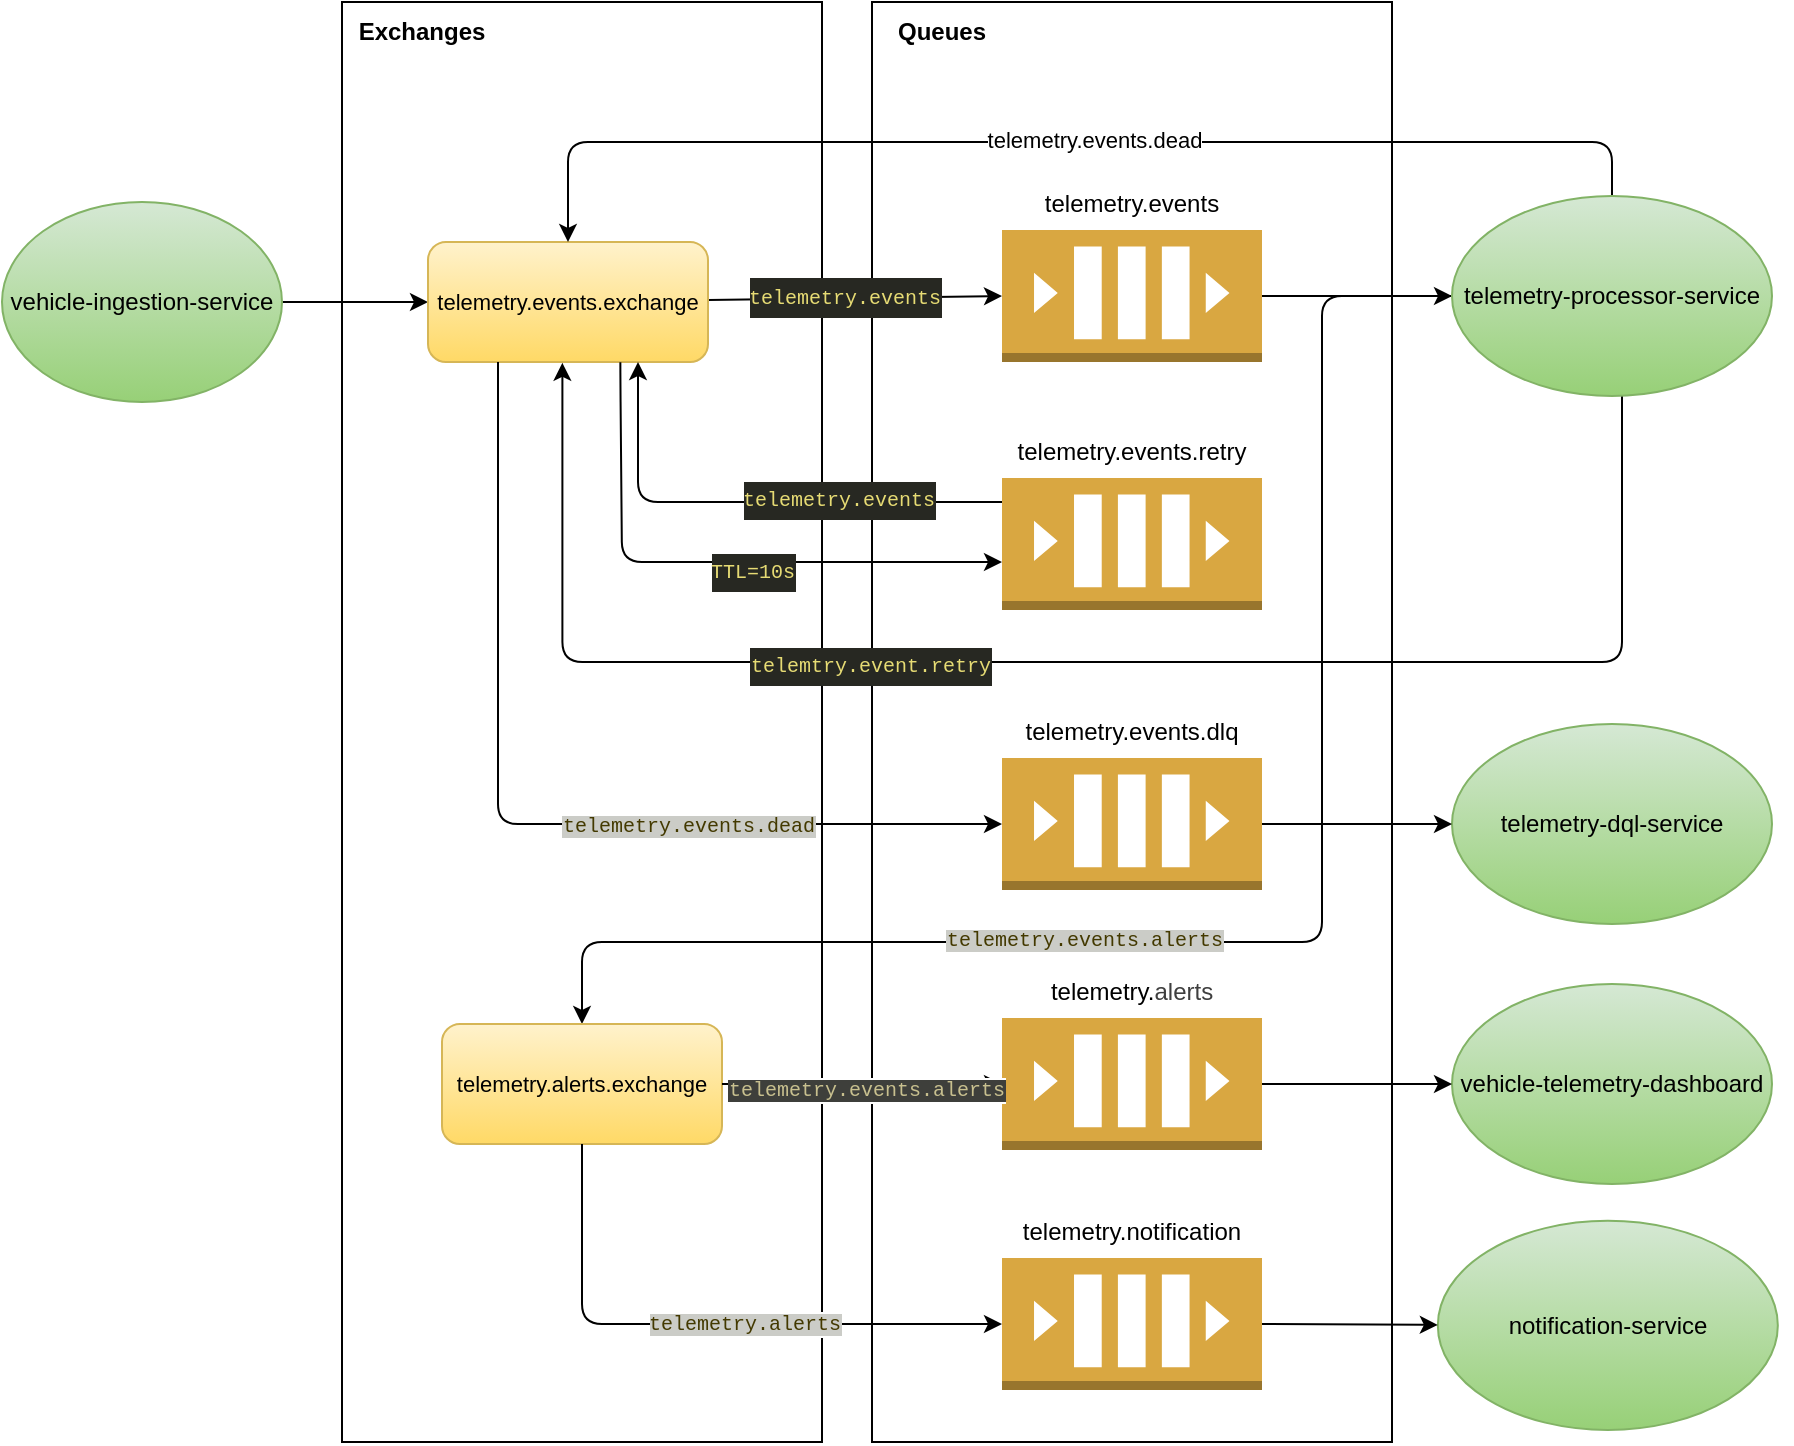
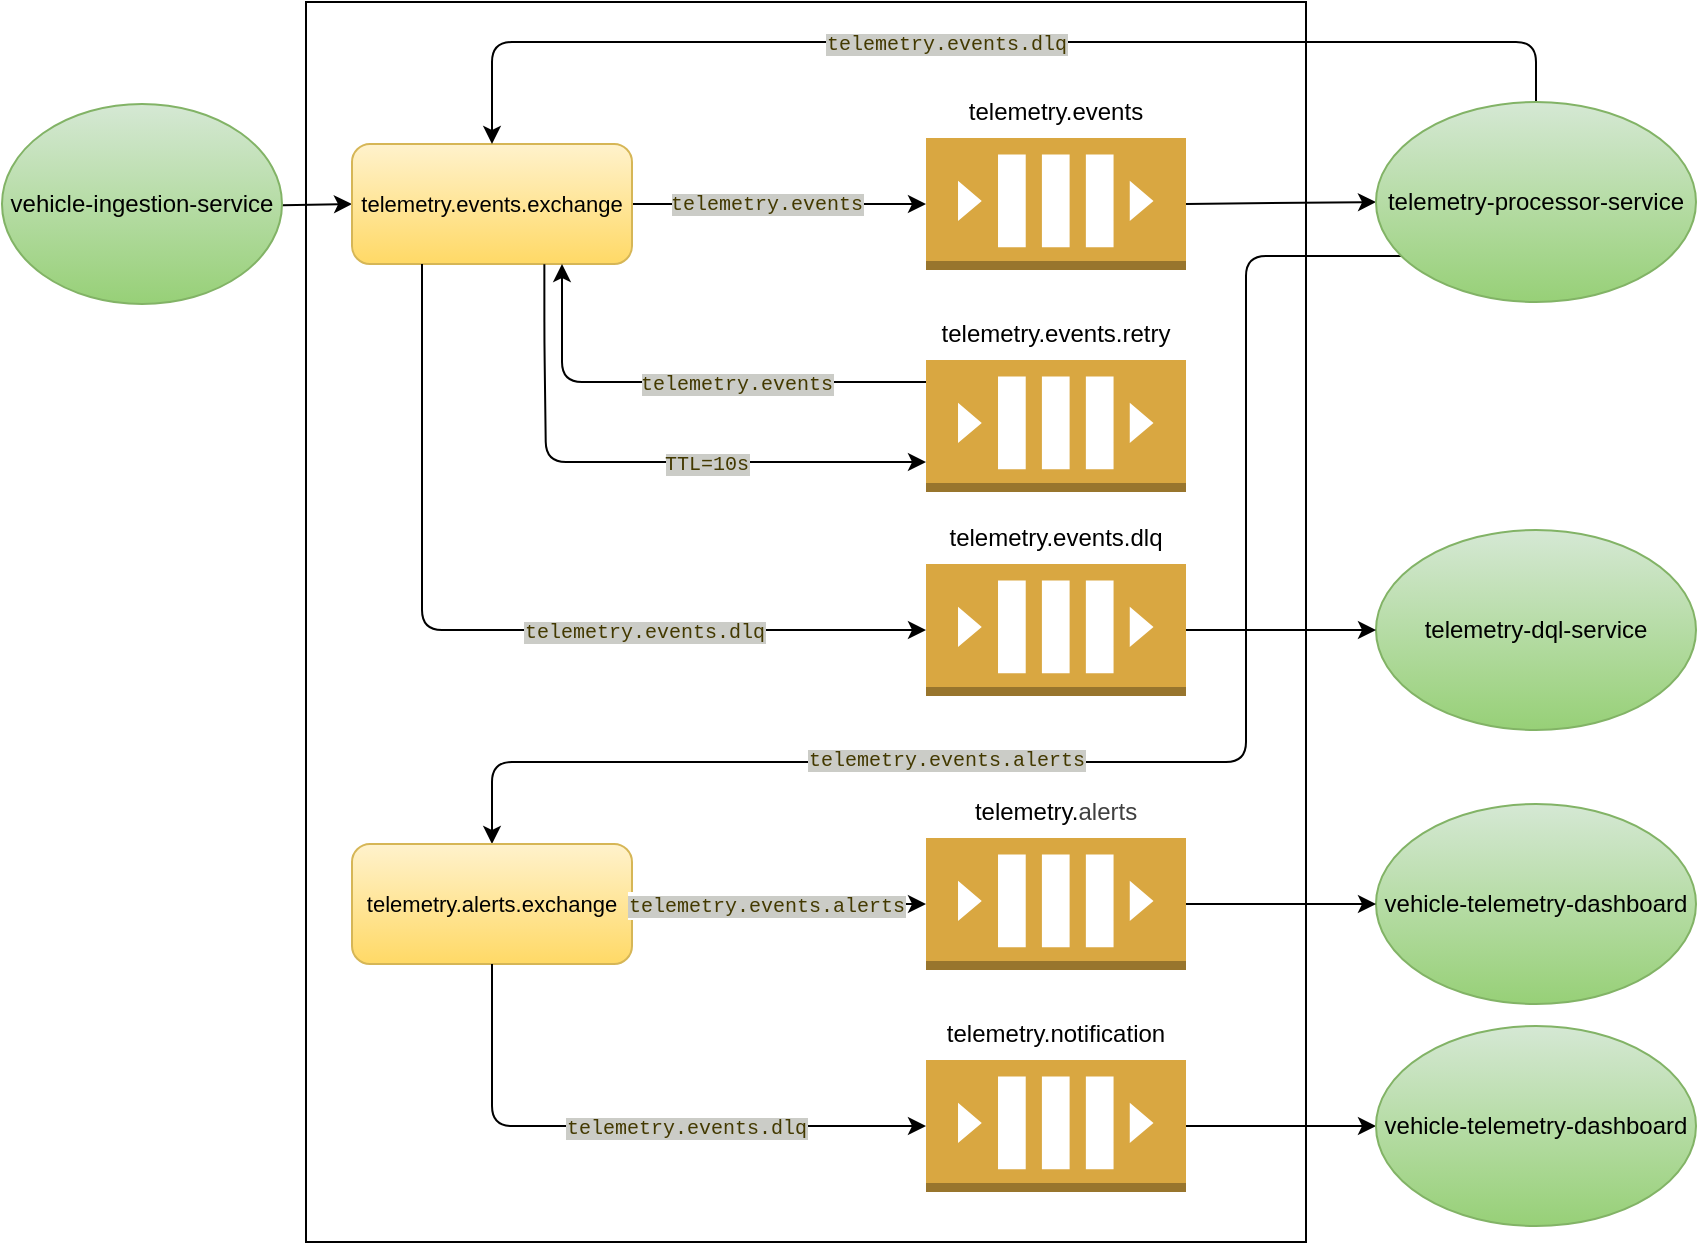
<mxfile host="65bd71144e">
    <diagram id="X4KkakveagGGw_kcijjk" name="Page-1">
-         <mxGraphModel dx="1317" dy="670" grid="1" gridSize="10" guides="1" tooltips="1" connect="1" arrows="1" fold="1" page="1" pageScale="1" pageWidth="850" pageHeight="1100" math="0" shadow="0">
+         <mxGraphModel dx="771" dy="901" grid="1" gridSize="10" guides="1" tooltips="1" connect="1" arrows="1" fold="1" page="1" pageScale="1" pageWidth="850" pageHeight="1100" math="0" shadow="0">
            <root>
                <mxCell id="0"/>
                <mxCell id="1" parent="0"/>
-                 <mxCell id="2" value="" style="rounded=0;whiteSpace=wrap;html=1;" parent="1" vertex="1">
-                     <mxGeometry x="455" y="130" width="260" height="720" as="geometry"/>
-                 </mxCell>
-                 <mxCell id="3" value="" style="rounded=0;whiteSpace=wrap;html=1;" parent="1" vertex="1">
-                     <mxGeometry x="190" y="130" width="240" height="720" as="geometry"/>
+                 <mxCell id="87" value="" style="rounded=0;whiteSpace=wrap;html=1;" parent="1" vertex="1">
+                     <mxGeometry x="210" y="150" width="500" height="620" as="geometry"/>
                </mxCell>
                <mxCell id="4" value="" style="edgeStyle=none;html=1;" parent="1" source="6" target="26" edge="1">
                    <mxGeometry relative="1" as="geometry"/>
                </mxCell>
                <mxCell id="6" value="vehicle-ingestion-service" style="ellipse;whiteSpace=wrap;html=1;fillColor=#d5e8d4;gradientColor=#97d077;strokeColor=#82b366;" parent="1" vertex="1">
-                     <mxGeometry x="20" y="230" width="140" height="100" as="geometry"/>
+                     <mxGeometry x="58" y="201" width="140" height="100" as="geometry"/>
                </mxCell>
                <mxCell id="7" style="edgeStyle=none;html=1;entryX=0;entryY=0.5;entryDx=0;entryDy=0;entryPerimeter=0;" parent="1" source="26" target="30" edge="1">
                    <mxGeometry relative="1" as="geometry"/>
-                 </mxCell>
-                 <mxCell id="8" value="&lt;div style=&quot;color: rgb(248, 248, 242); background-color: rgb(39, 40, 34); font-family: Consolas, &amp;quot;Courier New&amp;quot;, monospace; font-size: 14px; line-height: 19px; white-space-collapse: preserve;&quot;&gt;&lt;span style=&quot;color: rgb(230, 219, 116); font-size: 10px;&quot;&gt;telemetry.events&lt;/span&gt;&lt;/div&gt;" style="edgeLabel;html=1;align=center;verticalAlign=middle;resizable=0;points=[];" parent="7" vertex="1" connectable="0">
-                     <mxGeometry x="-0.0843" relative="1" as="geometry">
-                         <mxPoint y="-1" as="offset"/>
-                     </mxGeometry>
                </mxCell>
                <mxCell id="9" style="edgeStyle=none;html=1;exitX=1;exitY=0.5;exitDx=0;exitDy=0;exitPerimeter=0;entryX=0;entryY=0.5;entryDx=0;entryDy=0;" parent="1" source="30" target="37" edge="1">
                    <mxGeometry relative="1" as="geometry">
                        <mxPoint x="755.1998237567068" y="376.7381722049113" as="targetPoint"/>
                    </mxGeometry>
                </mxCell>
-                 <mxCell id="23" value="" style="group" parent="1" vertex="1" connectable="0">
-                     <mxGeometry x="745" y="681" width="170" height="170" as="geometry"/>
-                 </mxCell>
-                 <mxCell id="24" value="notification-service" style="ellipse;whiteSpace=wrap;html=1;fillColor=#d5e8d4;gradientColor=#97d077;strokeColor=#82b366;" parent="23" vertex="1">
-                     <mxGeometry x="-7.083333333333333" y="58.3846153846154" width="170" height="104.61538461538463" as="geometry"/>
-                 </mxCell>
-                 <mxCell id="25" style="edgeStyle=none;html=1;exitX=1;exitY=0.5;exitDx=0;exitDy=0;exitPerimeter=0;" parent="1" source="33" target="24" edge="1">
+                 <mxCell id="25" style="edgeStyle=none;html=1;exitX=1;exitY=0.5;exitDx=0;exitDy=0;exitPerimeter=0;entryX=0;entryY=0.5;entryDx=0;entryDy=0;" parent="1" source="33" target="88" edge="1">
                    <mxGeometry relative="1" as="geometry">
                        <mxPoint x="640" y="173.08928571428578" as="sourcePoint"/>
+                         <mxPoint x="737.9355310895801" y="722.4833214661594" as="targetPoint"/>
                    </mxGeometry>
                </mxCell>
                <mxCell id="26" value="telemetry.events.exchange" style="rounded=1;whiteSpace=wrap;html=1;fillColor=#fff2cc;strokeColor=#d6b656;gradientColor=#ffd966;fontSize=11;" parent="1" vertex="1">
-                     <mxGeometry x="233" y="250" width="140" height="60" as="geometry"/>
-                 </mxCell>
-                 <mxCell id="28" value="Exchanges" style="text;html=1;align=center;verticalAlign=middle;whiteSpace=wrap;rounded=0;fontStyle=1" parent="1" vertex="1">
-                     <mxGeometry x="200" y="130" width="60" height="30" as="geometry"/>
+                     <mxGeometry x="233" y="221" width="140" height="60" as="geometry"/>
                </mxCell>
                <mxCell id="29" value="" style="group;fontStyle=0" parent="1" vertex="1" connectable="0">
-                     <mxGeometry x="520" y="216" width="130" height="94" as="geometry"/>
+                     <mxGeometry x="520" y="190" width="130" height="94" as="geometry"/>
                </mxCell>
                <mxCell id="30" value="" style="outlineConnect=0;dashed=0;verticalLabelPosition=bottom;verticalAlign=top;align=center;html=1;shape=mxgraph.aws3.queue;fillColor=#D9A741;gradientColor=none;" parent="29" vertex="1">
                    <mxGeometry y="28" width="130" height="66" as="geometry"/>
                </mxCell>
                <mxCell id="31" value="&lt;span style=&quot;font-weight: normal;&quot;&gt;telemetry.events&lt;/span&gt;" style="text;html=1;align=center;verticalAlign=middle;whiteSpace=wrap;rounded=0;fontStyle=1" parent="29" vertex="1">
                    <mxGeometry x="35" width="60" height="30" as="geometry"/>
                </mxCell>
                <mxCell id="32" value="" style="group" parent="1" vertex="1" connectable="0">
-                     <mxGeometry x="520" y="730" width="130" height="94" as="geometry"/>
+                     <mxGeometry x="520" y="651" width="130" height="94" as="geometry"/>
                </mxCell>
                <mxCell id="33" value="" style="outlineConnect=0;dashed=0;verticalLabelPosition=bottom;verticalAlign=top;align=center;html=1;shape=mxgraph.aws3.queue;fillColor=#D9A741;gradientColor=none;" parent="32" vertex="1">
                    <mxGeometry y="28" width="130" height="66" as="geometry"/>
                </mxCell>
                <mxCell id="34" value="telemetry.notification" style="text;html=1;align=center;verticalAlign=middle;whiteSpace=wrap;rounded=0;" parent="32" vertex="1">
                    <mxGeometry x="35" width="60" height="30" as="geometry"/>
                </mxCell>
-                 <mxCell id="35" style="edgeStyle=orthogonalEdgeStyle;html=1;entryX=0.48;entryY=1.007;entryDx=0;entryDy=0;entryPerimeter=0;" parent="1" source="37" target="26" edge="1">
-                     <mxGeometry relative="1" as="geometry">
-                         <Array as="points">
-                             <mxPoint x="830" y="460"/>
-                             <mxPoint x="300" y="460"/>
-                         </Array>
-                         <mxPoint x="300" y="320" as="targetPoint"/>
-                     </mxGeometry>
-                 </mxCell>
-                 <mxCell id="36" value="&lt;div style=&quot;color: rgb(248, 248, 242); background-color: rgb(39, 40, 34); font-family: Consolas, &amp;quot;Courier New&amp;quot;, monospace; line-height: 19px; white-space-collapse: preserve;&quot;&gt;&lt;span style=&quot;color: rgb(230, 219, 116);&quot;&gt;telemtry.event.retry&lt;/span&gt;&lt;/div&gt;" style="edgeLabel;html=1;align=center;verticalAlign=middle;resizable=0;points=[];fontSize=10;" parent="35" vertex="1" connectable="0">
-                     <mxGeometry x="0.2547" y="2" relative="1" as="geometry">
-                         <mxPoint as="offset"/>
-                     </mxGeometry>
-                 </mxCell>
-                 <mxCell id="64" style="edgeStyle=orthogonalEdgeStyle;html=1;entryX=0.5;entryY=0;entryDx=0;entryDy=0;" parent="1" source="37" target="58" edge="1">
+                 <mxCell id="64" style="edgeStyle=orthogonalEdgeStyle;html=1;" parent="1" source="37" target="58" edge="1">
                    <mxGeometry relative="1" as="geometry">
                        <mxPoint x="330" y="660" as="targetPoint"/>
                        <Array as="points">
                            <mxPoint x="680" y="277"/>
-                             <mxPoint x="680" y="600"/>
-                             <mxPoint x="310" y="600"/>
+                             <mxPoint x="680" y="530"/>
+                             <mxPoint x="303" y="530"/>
                        </Array>
                        <mxPoint x="770" y="340" as="sourcePoint"/>
                    </mxGeometry>
                </mxCell>
                <mxCell id="79" value="&lt;span style=&quot;color: rgb(67, 57, 0); font-family: Consolas, &amp;quot;Courier New&amp;quot;, monospace; white-space-collapse: preserve; background-color: rgb(203, 204, 199);&quot;&gt;telemetry.events.alerts&lt;/span&gt;" style="edgeLabel;html=1;align=center;verticalAlign=middle;resizable=0;points=[];fontSize=10;" parent="64" vertex="1" connectable="0">
                    <mxGeometry x="0.05" y="-1" relative="1" as="geometry">
                        <mxPoint x="-88" as="offset"/>
                    </mxGeometry>
                </mxCell>
                <mxCell id="76" style="edgeStyle=orthogonalEdgeStyle;html=1;entryX=0.5;entryY=0;entryDx=0;entryDy=0;exitX=0.5;exitY=0;exitDx=0;exitDy=0;" parent="1" source="37" target="26" edge="1">
                    <mxGeometry relative="1" as="geometry">
                        <Array as="points">
-                             <mxPoint x="825" y="200"/>
-                             <mxPoint x="303" y="200"/>
+                             <mxPoint x="825" y="170"/>
+                             <mxPoint x="303" y="170"/>
                        </Array>
                    </mxGeometry>
                </mxCell>
-                 <mxCell id="77" value="telemetry.events.dead" style="edgeLabel;html=1;align=center;verticalAlign=middle;resizable=0;points=[];" parent="76" vertex="1" connectable="0">
+                 <mxCell id="77" value="&lt;span style=&quot;font-family: monospace; font-size: 0px; text-align: start; background-color: rgb(27, 29, 30);&quot;&gt;%3CmxGraphModel%3E%3Croot%3E%3CmxCell%20id%3D%220%22%2F%3E%3CmxCell%20id%3D%221%22%20parent%3D%220%22%2F%3E%3CmxCell%20id%3D%222%22%20value%3D%22%26lt%3Bspan%20style%3D%26quot%3Bcolor%3A%20rgb(67%2C%2057%2C%200)%3B%20font-family%3A%20Consolas%2C%20%26amp%3Bquot%3BCourier%20New%26amp%3Bquot%3B%2C%20monospace%3B%20font-size%3A%2010px%3B%20white-space-collapse%3A%20preserve%3B%20background-color%3A%20rgb(203%2C%20204%2C%20199)%3B%26quot%3B%26gt%3Btelemetry.events.dlq%26lt%3B%2Fspan%26gt%3B%22%20style%3D%22edgeLabel%3Bhtml%3D1%3Balign%3Dcenter%3BverticalAlign%3Dmiddle%3Bresizable%3D0%3Bpoints%3D%5B%5D%3B%22%20vertex%3D%221%22%20connectable%3D%220%22%20parent%3D%221%22%3E%3CmxGeometry%20x%3D%22378.71428571428567%22%20y%3D%22464%22%20as%3D%22geometry%22%2F%3E%3C%2FmxCell%3E%3C%2Froot%3E%3C%2FmxGraphModel%3E&lt;/span&gt;" style="edgeLabel;html=1;align=center;verticalAlign=middle;resizable=0;points=[];" parent="76" vertex="1" connectable="0">
                    <mxGeometry x="-0.0443" y="-1" relative="1" as="geometry">
                        <mxPoint as="offset"/>
                    </mxGeometry>
                </mxCell>
                <mxCell id="37" value="telemetry-processor-service" style="ellipse;whiteSpace=wrap;html=1;fillColor=#d5e8d4;gradientColor=#97d077;strokeColor=#82b366;" parent="1" vertex="1">
-                     <mxGeometry x="745" y="227" width="160" height="100" as="geometry"/>
-                 </mxCell>
-                 <mxCell id="38" value="Queues" style="text;html=1;align=center;verticalAlign=middle;whiteSpace=wrap;rounded=0;fontStyle=1" parent="1" vertex="1">
-                     <mxGeometry x="460" y="130" width="60" height="30" as="geometry"/>
+                     <mxGeometry x="745" y="200" width="160" height="100" as="geometry"/>
                </mxCell>
                <mxCell id="39" value="" style="group" parent="1" vertex="1" connectable="0">
-                     <mxGeometry x="520" y="340" width="130" height="94" as="geometry"/>
+                     <mxGeometry x="520" y="301" width="130" height="94" as="geometry"/>
                </mxCell>
                <mxCell id="40" value="" style="outlineConnect=0;dashed=0;verticalLabelPosition=bottom;verticalAlign=top;align=center;html=1;shape=mxgraph.aws3.queue;fillColor=#D9A741;gradientColor=none;" parent="39" vertex="1">
                    <mxGeometry y="28" width="130" height="66" as="geometry"/>
                </mxCell>
                <mxCell id="41" value="telemetry.events.retry" style="text;html=1;align=center;verticalAlign=middle;whiteSpace=wrap;rounded=0;" parent="39" vertex="1">
                    <mxGeometry x="35" width="60" height="30" as="geometry"/>
                </mxCell>
-                 <mxCell id="42" style="edgeStyle=orthogonalEdgeStyle;html=1;exitX=0.687;exitY=1.003;exitDx=0;exitDy=0;exitPerimeter=0;" parent="1" source="26" target="40" edge="1">
+                 <mxCell id="42" style="edgeStyle=orthogonalEdgeStyle;html=1;exitX=0.687;exitY=1.003;exitDx=0;exitDy=0;exitPerimeter=0;" parent="1" source="26" edge="1">
                    <mxGeometry relative="1" as="geometry">
-                         <mxPoint x="520" y="410" as="targetPoint"/>
+                         <mxPoint x="520" y="380" as="targetPoint"/>
                        <Array as="points">
                            <mxPoint x="329" y="320"/>
                            <mxPoint x="330" y="320"/>
-                             <mxPoint x="330" y="410"/>
+                             <mxPoint x="330" y="380"/>
                        </Array>
                    </mxGeometry>
                </mxCell>
-                 <mxCell id="43" value="&lt;div style=&quot;color: rgb(248, 248, 242); background-color: rgb(39, 40, 34); font-family: Consolas, &amp;quot;Courier New&amp;quot;, monospace; line-height: 19px; white-space-collapse: preserve;&quot;&gt;&lt;span style=&quot;color: #e6db74;&quot;&gt;TTL=10s&lt;/span&gt;&lt;/div&gt;" style="edgeLabel;html=1;align=center;verticalAlign=middle;resizable=0;points=[];fontSize=10;" parent="42" vertex="1" connectable="0">
+                 <mxCell id="43" value="&lt;div style=&quot;color: rgb(248, 248, 242); background-color: rgb(39, 40, 34); font-family: Consolas, &amp;quot;Courier New&amp;quot;, monospace; line-height: 19px; white-space-collapse: preserve;&quot;&gt;&lt;br&gt;&lt;/div&gt;" style="edgeLabel;html=1;align=center;verticalAlign=middle;resizable=0;points=[];fontSize=10;" parent="42" vertex="1" connectable="0">
                    <mxGeometry x="0.1392" y="-5" relative="1" as="geometry">
                        <mxPoint as="offset"/>
                    </mxGeometry>
                </mxCell>
-                 <mxCell id="44" style="edgeStyle=orthogonalEdgeStyle;html=1;" parent="1" source="40" edge="1">
+                 <mxCell id="90" value="&lt;span style=&quot;font-family: monospace; font-size: 0px; text-align: start; background-color: rgb(27, 29, 30);&quot;&gt;%3CmxGraphModel%3E%3Croot%3E%3CmxCell%20id%3D%220%22%2F%3E%3CmxCell%20id%3D%221%22%20parent%3D%220%22%2F%3E%3CmxCell%20id%3D%222%22%20value%3D%22%26lt%3Bspan%20style%3D%26quot%3Bcolor%3A%20rgb(67%2C%2057%2C%200)%3B%20font-family%3A%20Consolas%2C%20%26amp%3Bquot%3BCourier%20New%26amp%3Bquot%3B%2C%20monospace%3B%20font-size%3A%2010px%3B%20white-space-collapse%3A%20preserve%3B%20background-color%3A%20rgb(203%2C%20204%2C%20199)%3B%26quot%3B%26gt%3Btelemetry.events.dlq%26lt%3B%2Fspan%26gt%3B%22%20style%3D%22edgeLabel%3Bhtml%3D1%3Balign%3Dcenter%3BverticalAlign%3Dmiddle%3Bresizable%3D0%3Bpoints%3D%5B%5D%3B%22%20vertex%3D%221%22%20connectable%3D%220%22%20parent%3D%221%22%3E%3CmxGeometry%20x%3D%22378.71428571428567%22%20y%3D%22464%22%20as%3D%22geometry%22%2F%3E%3C%2FmxCell%3E%3C%2Froot%3E%3C%2FmxGraphModel%3E&lt;/span&gt;" style="edgeLabel;html=1;align=center;verticalAlign=middle;resizable=0;points=[];" parent="42" vertex="1" connectable="0">
+                     <mxGeometry x="0.1654" relative="1" as="geometry">
+                         <mxPoint as="offset"/>
+                     </mxGeometry>
+                 </mxCell>
+                 <mxCell id="44" style="edgeStyle=orthogonalEdgeStyle;html=1;entryX=0.75;entryY=1;entryDx=0;entryDy=0;" parent="1" source="40" target="26" edge="1">
                    <mxGeometry relative="1" as="geometry">
                        <Array as="points">
-                             <mxPoint x="338" y="380"/>
+                             <mxPoint x="338" y="340"/>
                        </Array>
                        <mxPoint x="520" y="391.0344827586207" as="sourcePoint"/>
                        <mxPoint x="338" y="310" as="targetPoint"/>
                    </mxGeometry>
                </mxCell>
-                 <mxCell id="45" value="&lt;div style=&quot;color: rgb(248, 248, 242); background-color: rgb(39, 40, 34); font-family: Consolas, &amp;quot;Courier New&amp;quot;, monospace; line-height: 19px; white-space-collapse: preserve;&quot;&gt;&lt;span style=&quot;color: rgb(230, 219, 116);&quot;&gt;telemetry.events&lt;/span&gt;&lt;/div&gt;" style="edgeLabel;html=1;align=center;verticalAlign=middle;resizable=0;points=[];fontSize=10;" parent="44" vertex="1" connectable="0">
+                 <mxCell id="45" value="&lt;div style=&quot;color: rgb(248, 248, 242); background-color: rgb(39, 40, 34); font-family: Consolas, &amp;quot;Courier New&amp;quot;, monospace; line-height: 19px; white-space-collapse: preserve;&quot;&gt;&lt;br&gt;&lt;/div&gt;" style="edgeLabel;html=1;align=center;verticalAlign=middle;resizable=0;points=[];fontSize=10;" parent="44" vertex="1" connectable="0">
                    <mxGeometry x="-0.3493" y="-1" relative="1" as="geometry">
                        <mxPoint as="offset"/>
                    </mxGeometry>
                </mxCell>
                <mxCell id="46" value="" style="group;fontStyle=1" parent="1" vertex="1" connectable="0">
-                     <mxGeometry x="520" y="610" width="130" height="94" as="geometry"/>
+                     <mxGeometry x="520" y="540" width="130" height="94" as="geometry"/>
                </mxCell>
                <mxCell id="47" value="" style="outlineConnect=0;dashed=0;verticalLabelPosition=bottom;verticalAlign=top;align=center;html=1;shape=mxgraph.aws3.queue;fillColor=#D9A741;gradientColor=none;" parent="46" vertex="1">
                    <mxGeometry y="28" width="130" height="66" as="geometry"/>
                </mxCell>
                <mxCell id="48" value="telemetry.&lt;span style=&quot;color: rgb(63, 63, 63); background-color: transparent;&quot;&gt;alerts&lt;/span&gt;" style="text;html=1;align=center;verticalAlign=middle;whiteSpace=wrap;rounded=0;fontStyle=0" parent="46" vertex="1">
                    <mxGeometry x="35" width="60" height="30" as="geometry"/>
                </mxCell>
                <mxCell id="58" value="telemetry.alerts.exchange" style="rounded=1;whiteSpace=wrap;html=1;fillColor=#fff2cc;strokeColor=#d6b656;gradientColor=#ffd966;fontSize=11;" parent="1" vertex="1">
-                     <mxGeometry x="240" y="641" width="140" height="60" as="geometry"/>
+                     <mxGeometry x="233" y="571" width="140" height="60" as="geometry"/>
                </mxCell>
                <mxCell id="63" value="vehicle-telemetry-dashboard" style="ellipse;whiteSpace=wrap;html=1;fillColor=#d5e8d4;gradientColor=#97d077;strokeColor=#82b366;" parent="1" vertex="1">
-                     <mxGeometry x="745" y="621" width="160" height="100" as="geometry"/>
+                     <mxGeometry x="745" y="551" width="160" height="100" as="geometry"/>
                </mxCell>
                <mxCell id="65" style="edgeStyle=none;html=1;exitX=1;exitY=0.5;exitDx=0;exitDy=0;entryX=0;entryY=0.5;entryDx=0;entryDy=0;entryPerimeter=0;" parent="1" source="58" target="47" edge="1">
                    <mxGeometry relative="1" as="geometry"/>
-                 </mxCell>
-                 <mxCell id="71" value="&lt;span style=&quot;color: rgb(200, 192, 143); font-family: Consolas, &amp;quot;Courier New&amp;quot;, monospace; white-space-collapse: preserve; background-color: rgb(62, 63, 59);&quot;&gt;telemetry.events.alerts&lt;/span&gt;" style="edgeLabel;html=1;align=center;verticalAlign=middle;resizable=0;points=[];fontSize=10;" parent="65" vertex="1" connectable="0">
-                     <mxGeometry x="0.0219" y="-3" relative="1" as="geometry">
-                         <mxPoint as="offset"/>
-                     </mxGeometry>
                </mxCell>
                <mxCell id="66" style="edgeStyle=orthogonalEdgeStyle;html=1;exitX=1;exitY=0.5;exitDx=0;exitDy=0;exitPerimeter=0;entryX=0;entryY=0.5;entryDx=0;entryDy=0;" parent="1" source="47" target="63" edge="1">
                    <mxGeometry relative="1" as="geometry"/>
                </mxCell>
                <mxCell id="72" value="" style="group" parent="1" vertex="1" connectable="0">
-                     <mxGeometry x="520" y="480" width="130" height="94" as="geometry"/>
+                     <mxGeometry x="520" y="403" width="130" height="94" as="geometry"/>
                </mxCell>
                <mxCell id="73" value="" style="outlineConnect=0;dashed=0;verticalLabelPosition=bottom;verticalAlign=top;align=center;html=1;shape=mxgraph.aws3.queue;fillColor=#D9A741;gradientColor=none;" parent="72" vertex="1">
                    <mxGeometry y="28" width="130" height="66" as="geometry"/>
                </mxCell>
                <mxCell id="74" value="telemetry.events.dlq" style="text;html=1;align=center;verticalAlign=middle;whiteSpace=wrap;rounded=0;" parent="72" vertex="1">
                    <mxGeometry x="35" width="60" height="30" as="geometry"/>
                </mxCell>
                <mxCell id="80" style="edgeStyle=orthogonalEdgeStyle;html=1;entryX=0;entryY=0.5;entryDx=0;entryDy=0;entryPerimeter=0;exitX=0.5;exitY=1;exitDx=0;exitDy=0;" parent="1" source="58" target="33" edge="1">
                    <mxGeometry relative="1" as="geometry"/>
                </mxCell>
-                 <mxCell id="81" value="&lt;span style=&quot;color: rgb(67, 57, 0); font-family: Consolas, &amp;quot;Courier New&amp;quot;, monospace; white-space-collapse: preserve; background-color: rgb(203, 204, 199);&quot;&gt;telemetry.alerts&lt;/span&gt;" style="edgeLabel;html=1;align=center;verticalAlign=middle;resizable=0;points=[];fontSize=10;" parent="80" vertex="1" connectable="0">
-                     <mxGeometry x="0.1397" relative="1" as="geometry">
-                         <mxPoint as="offset"/>
-                     </mxGeometry>
-                 </mxCell>
                <mxCell id="82" style="edgeStyle=orthogonalEdgeStyle;html=1;exitX=0.25;exitY=1;exitDx=0;exitDy=0;entryX=0;entryY=0.5;entryDx=0;entryDy=0;entryPerimeter=0;" parent="1" source="26" target="73" edge="1">
                    <mxGeometry relative="1" as="geometry"/>
                </mxCell>
-                 <mxCell id="83" value="&lt;span style=&quot;color: rgb(67, 57, 0); font-family: Consolas, &amp;quot;Courier New&amp;quot;, monospace; font-size: 10px; white-space-collapse: preserve; background-color: rgb(203, 204, 199);&quot;&gt;telemetry.events.dead&lt;/span&gt;" style="edgeLabel;html=1;align=center;verticalAlign=middle;resizable=0;points=[];" parent="82" vertex="1" connectable="0">
+                 <mxCell id="83" value="&lt;span style=&quot;color: rgb(67, 57, 0); font-family: Consolas, &amp;quot;Courier New&amp;quot;, monospace; font-size: 10px; white-space-collapse: preserve; background-color: rgb(203, 204, 199);&quot;&gt;telemetry.events.dlq&lt;/span&gt;" style="edgeLabel;html=1;align=center;verticalAlign=middle;resizable=0;points=[];" parent="82" vertex="1" connectable="0">
                    <mxGeometry x="0.3498" relative="1" as="geometry">
                        <mxPoint as="offset"/>
                    </mxGeometry>
                </mxCell>
-                 <mxCell id="85" value="telemetry-dql-service" style="ellipse;whiteSpace=wrap;html=1;fillColor=#d5e8d4;gradientColor=#97d077;strokeColor=#82b366;" vertex="1" parent="1">
-                     <mxGeometry x="745" y="491" width="160" height="100" as="geometry"/>
+                 <mxCell id="85" value="telemetry-dql-service" style="ellipse;whiteSpace=wrap;html=1;fillColor=#d5e8d4;gradientColor=#97d077;strokeColor=#82b366;" parent="1" vertex="1">
+                     <mxGeometry x="745" y="414" width="160" height="100" as="geometry"/>
                </mxCell>
-                 <mxCell id="86" style="edgeStyle=none;html=1;" edge="1" parent="1" source="73" target="85">
+                 <mxCell id="86" style="edgeStyle=none;html=1;" parent="1" source="73" target="85" edge="1">
                    <mxGeometry relative="1" as="geometry"/>
+                 </mxCell>
+                 <mxCell id="88" value="vehicle-telemetry-dashboard" style="ellipse;whiteSpace=wrap;html=1;fillColor=#d5e8d4;gradientColor=#97d077;strokeColor=#82b366;" parent="1" vertex="1">
+                     <mxGeometry x="745" y="662" width="160" height="100" as="geometry"/>
+                 </mxCell>
+                 <mxCell id="91" value="&lt;span style=&quot;color: rgb(67, 57, 0); font-family: Consolas, &amp;quot;Courier New&amp;quot;, monospace; font-size: 10px; white-space-collapse: preserve; background-color: rgb(203, 204, 199);&quot;&gt;TTL=10s&lt;/span&gt;" style="edgeLabel;html=1;align=center;verticalAlign=middle;resizable=0;points=[];" parent="1" vertex="1" connectable="0">
+                     <mxGeometry x="410.0042857142857" y="380" as="geometry"/>
+                 </mxCell>
+                 <mxCell id="93" value="&lt;span style=&quot;color: rgb(67, 57, 0); font-family: Consolas, &amp;quot;Courier New&amp;quot;, monospace; font-size: 10px; white-space-collapse: preserve; background-color: rgb(203, 204, 199);&quot;&gt;telemetry.events&lt;/span&gt;" style="edgeLabel;html=1;align=center;verticalAlign=middle;resizable=0;points=[];" parent="1" vertex="1" connectable="0">
+                     <mxGeometry x="425.0042857142857" y="340" as="geometry"/>
+                 </mxCell>
+                 <mxCell id="94" value="&lt;span style=&quot;color: rgb(67, 57, 0); font-family: Consolas, &amp;quot;Courier New&amp;quot;, monospace; font-size: 10px; white-space-collapse: preserve; background-color: rgb(203, 204, 199);&quot;&gt;telemetry.events&lt;/span&gt;" style="edgeLabel;html=1;align=center;verticalAlign=middle;resizable=0;points=[];" parent="1" vertex="1" connectable="0">
+                     <mxGeometry x="440.0042857142857" y="250" as="geometry"/>
+                 </mxCell>
+                 <mxCell id="95" value="&lt;span style=&quot;color: rgb(67, 57, 0); font-family: Consolas, &amp;quot;Courier New&amp;quot;, monospace; font-size: 10px; white-space-collapse: preserve; background-color: rgb(203, 204, 199);&quot;&gt;telemetry.events.dlq&lt;/span&gt;" style="edgeLabel;html=1;align=center;verticalAlign=middle;resizable=0;points=[];" parent="1" vertex="1" connectable="0">
+                     <mxGeometry x="530.0042857142856" y="170" as="geometry"/>
+                 </mxCell>
+                 <mxCell id="96" value="&lt;span style=&quot;color: rgb(67, 57, 0); font-family: Consolas, &amp;quot;Courier New&amp;quot;, monospace; font-size: 10px; white-space-collapse: preserve; background-color: rgb(203, 204, 199);&quot;&gt;telemetry.events.alerts&lt;/span&gt;" style="edgeLabel;html=1;align=center;verticalAlign=middle;resizable=0;points=[];" parent="1" vertex="1" connectable="0">
+                     <mxGeometry x="440.0042857142857" y="601" as="geometry"/>
+                 </mxCell>
+                 <mxCell id="98" value="&lt;span style=&quot;color: rgb(67, 57, 0); font-family: Consolas, &amp;quot;Courier New&amp;quot;, monospace; font-size: 10px; white-space-collapse: preserve; background-color: rgb(203, 204, 199);&quot;&gt;telemetry.events.dlq&lt;/span&gt;" style="edgeLabel;html=1;align=center;verticalAlign=middle;resizable=0;points=[];" parent="1" vertex="1" connectable="0">
+                     <mxGeometry x="400.0042857142857" y="712" as="geometry"/>
                </mxCell>
            </root>
        </mxGraphModel>
    </diagram>
</mxfile>